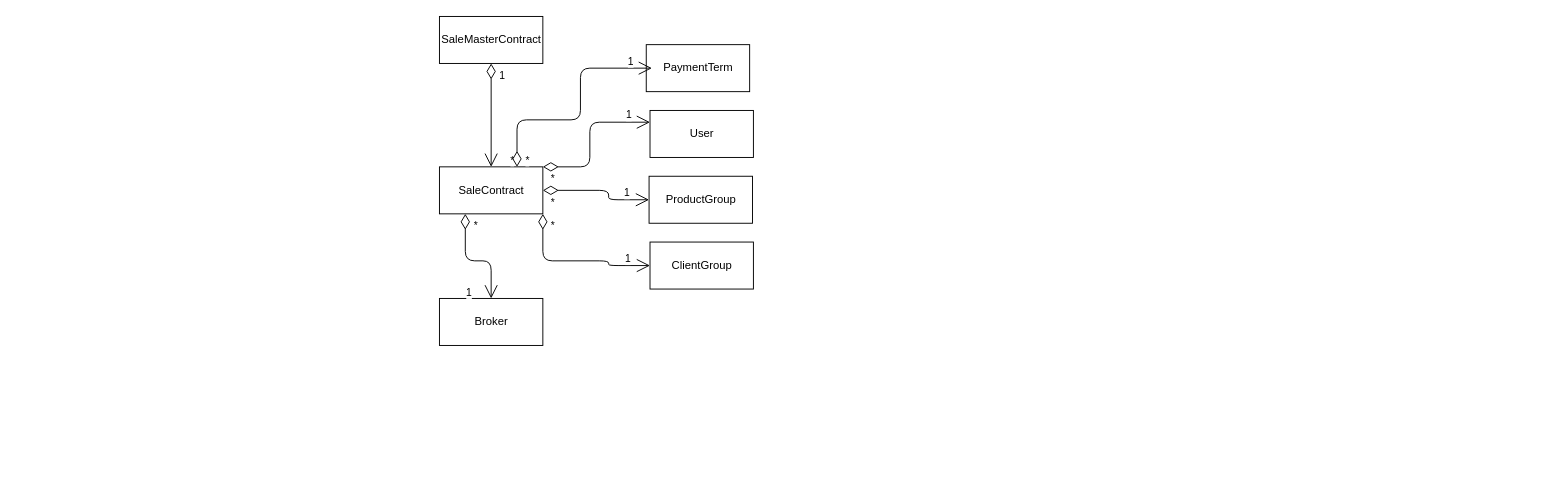
Above: SICLE.drawio in anlugifa/drawio (draw.io), before the change. Source tidied: cells renumbered, new cells numbered last; positions are measured from the earlier drawing's top-left corner, leaving out a move shared by most shapes. Both pictures are drawn from the tidied source at 94%, with x=0, y=0 at pixel (439, 16).
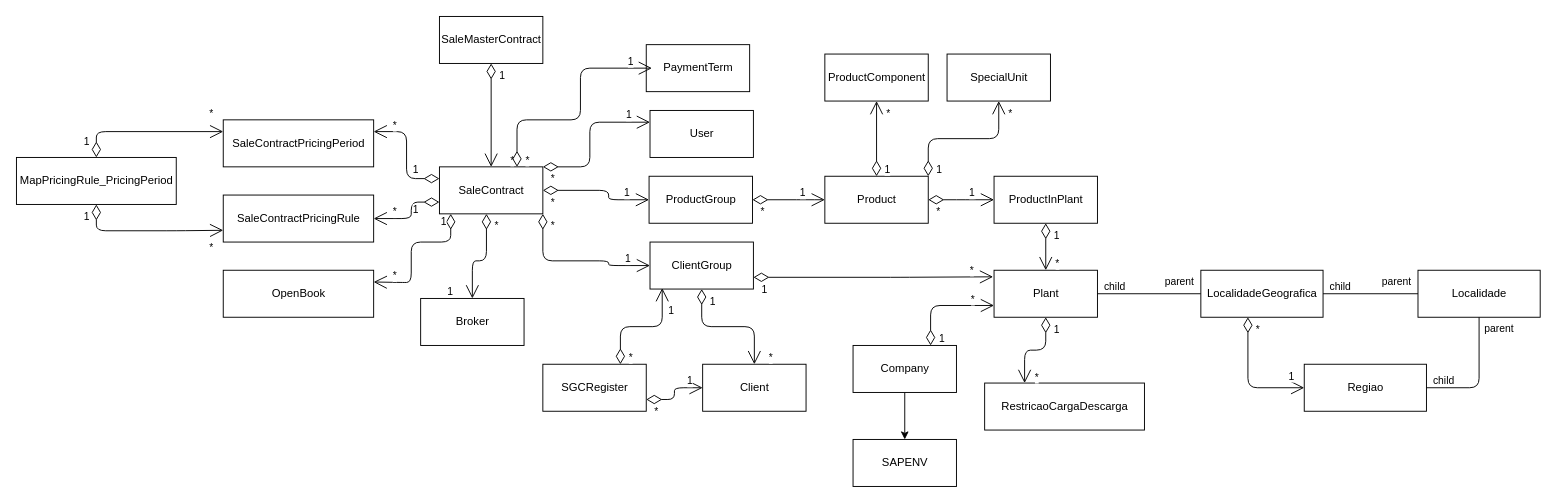
The same diagram, later.

The change refers to these unchanged cells:
```xml
<mxCell id="3" value="SaleContract" style="html=1;" parent="1" vertex="1">
  <mxGeometry y="160" width="110" height="50" as="geometry" />
</mxCell>
<mxCell id="15" value="ProductGroup" style="html=1;" parent="1" vertex="1">
  <mxGeometry x="223" y="170" width="110" height="50" as="geometry" />
</mxCell>
<mxCell id="19" value="ClientGroup" style="html=1;" parent="1" vertex="1">
  <mxGeometry x="224" y="240" width="110" height="50" as="geometry" />
</mxCell>
```

Change to the diagram source:
```diff
@@
     <mxCell id="23" value="Broker" style="html=1;" parent="1" vertex="1">
-      <mxGeometry y="300" width="110" height="50" as="geometry" />
+      <mxGeometry x="-20" y="300" width="110" height="50" as="geometry" />
     </mxCell>
-    <mxCell id="24" style="endArrow=open;html=1;endSize=12;startArrow=diamondThin;startSize=14;startFill=0;edgeStyle=orthogonalEdgeStyle;exitX=0.25;exitY=1;exitDx=0;exitDy=0;entryX=0.5;entryY=0;entryDx=0;entryDy=0;" parent="1" edge="1" source="3" target="23">
+    <mxCell id="24" style="endArrow=open;html=1;endSize=12;startArrow=diamondThin;startSize=14;startFill=0;edgeStyle=orthogonalEdgeStyle;entryX=0.5;entryY=0;entryDx=0;entryDy=0;" parent="1" edge="1" target="23">
       <mxGeometry relative="1" as="geometry">
+        <mxPoint x="50" y="210" as="sourcePoint" />
         <Array as="points">
-          <mxPoint x="28" y="260" />
+          <mxPoint x="50" y="210" />
+          <mxPoint x="50" y="260" />
           <mxPoint x="55" y="260" />
         </Array>
       </mxGeometry>
     </mxCell>
@@
+    <mxCell id="27" value="Product" style="html=1;" parent="1" vertex="1">
+      <mxGeometry x="410" y="170" width="110" height="50" as="geometry" />
+    </mxCell>
+    <mxCell id="28" style="endArrow=open;html=1;endSize=12;startArrow=diamondThin;startSize=14;startFill=0;edgeStyle=orthogonalEdgeStyle;exitX=1;exitY=0.5;exitDx=0;exitDy=0;entryX=0;entryY=0.5;entryDx=0;entryDy=0;" parent="1" edge="1" source="15" target="27">
+      <mxGeometry relative="1" as="geometry">
+        <Array as="points">
+          <mxPoint x="390" y="195" />
+          <mxPoint x="390" y="195" />
+        </Array>
+      </mxGeometry>
+    </mxCell>
+    <mxCell id="29" value="*" style="edgeLabel;html=1;align=left;verticalAlign=top;" parent="28" vertex="1">
+      <mxGeometry x="-1" relative="1" as="geometry">
+        <mxPoint x="7" as="offset" />
+      </mxGeometry>
+    </mxCell>
+    <mxCell id="30" value="1" style="edgeLabel;html=1;align=right;verticalAlign=top;" parent="28" vertex="1">
+      <mxGeometry x="1" relative="1" as="geometry">
+        <mxPoint x="-20" y="-20" as="offset" />
+      </mxGeometry>
+    </mxCell>
+    <mxCell id="31" value="ProductComponent" style="html=1;" parent="1" vertex="1">
+      <mxGeometry x="410" y="40" width="110" height="50" as="geometry" />
+    </mxCell>
+    <mxCell id="32" style="endArrow=open;html=1;endSize=12;startArrow=diamondThin;startSize=14;startFill=0;edgeStyle=orthogonalEdgeStyle;entryX=0.5;entryY=1;entryDx=0;entryDy=0;exitX=0.5;exitY=0;exitDx=0;exitDy=0;" parent="1" edge="1" source="27" target="31">
+      <mxGeometry relative="1" as="geometry" />
+    </mxCell>
+    <mxCell id="33" value="1" style="edgeLabel;html=1;align=left;verticalAlign=top;" parent="32" vertex="1">
+      <mxGeometry x="-1" relative="1" as="geometry">
+        <mxPoint x="7" y="-20" as="offset" />
+      </mxGeometry>
+    </mxCell>
+    <mxCell id="34" value="*" style="edgeLabel;html=1;align=right;verticalAlign=top;" parent="32" vertex="1">
+      <mxGeometry x="1" relative="1" as="geometry">
+        <mxPoint x="15" as="offset" />
+      </mxGeometry>
+    </mxCell>
+    <mxCell id="35" value="SpecialUnit" style="html=1;" parent="1" vertex="1">
+      <mxGeometry x="540" y="40" width="110" height="50" as="geometry" />
+    </mxCell>
+    <mxCell id="36" style="endArrow=open;html=1;endSize=12;startArrow=diamondThin;startSize=14;startFill=0;edgeStyle=orthogonalEdgeStyle;entryX=0.5;entryY=1;entryDx=0;entryDy=0;exitX=1;exitY=0;exitDx=0;exitDy=0;" parent="1" edge="1" source="27" target="35">
+      <mxGeometry relative="1" as="geometry" />
+    </mxCell>
+    <mxCell id="37" value="1" style="edgeLabel;html=1;align=left;verticalAlign=top;" parent="36" vertex="1">
+      <mxGeometry x="-1" relative="1" as="geometry">
+        <mxPoint x="7" y="-20" as="offset" />
+      </mxGeometry>
+    </mxCell>
+    <mxCell id="38" value="*" style="edgeLabel;html=1;align=right;verticalAlign=top;" parent="36" vertex="1">
+      <mxGeometry x="1" relative="1" as="geometry">
+        <mxPoint x="15" as="offset" />
+      </mxGeometry>
+    </mxCell>
+    <mxCell id="39" value="ProductInPlant" style="html=1;" parent="1" vertex="1">
+      <mxGeometry x="590" y="170" width="110" height="50" as="geometry" />
+    </mxCell>
+    <mxCell id="40" style="endArrow=open;html=1;endSize=12;startArrow=diamondThin;startSize=14;startFill=0;edgeStyle=orthogonalEdgeStyle;entryX=0;entryY=0.5;entryDx=0;entryDy=0;exitX=1;exitY=0.5;exitDx=0;exitDy=0;" parent="1" edge="1" source="27" target="39">
+      <mxGeometry relative="1" as="geometry">
+        <Array as="points">
+          <mxPoint x="560" y="195" />
+          <mxPoint x="560" y="195" />
+        </Array>
+      </mxGeometry>
+    </mxCell>
+    <mxCell id="41" value="*" style="edgeLabel;html=1;align=left;verticalAlign=top;" parent="40" vertex="1">
+      <mxGeometry x="-1" relative="1" as="geometry">
+        <mxPoint x="7" as="offset" />
+      </mxGeometry>
+    </mxCell>
+    <mxCell id="42" value="1" style="edgeLabel;html=1;align=right;verticalAlign=top;" parent="40" vertex="1">
+      <mxGeometry x="1" relative="1" as="geometry">
+        <mxPoint x="-20" y="-20" as="offset" />
+      </mxGeometry>
+    </mxCell>
+    <mxCell id="43" value="Plant" style="html=1;" parent="1" vertex="1">
+      <mxGeometry x="590" y="270" width="110" height="50" as="geometry" />
+    </mxCell>
+    <mxCell id="44" style="endArrow=open;html=1;endSize=12;startArrow=diamondThin;startSize=14;startFill=0;edgeStyle=orthogonalEdgeStyle;exitX=0.5;exitY=1;exitDx=0;exitDy=0;entryX=0.5;entryY=0;entryDx=0;entryDy=0;" parent="1" edge="1" source="39" target="43">
+      <mxGeometry relative="1" as="geometry" />
+    </mxCell>
+    <mxCell id="45" value="1" style="edgeLabel;html=1;align=left;verticalAlign=top;" parent="44" vertex="1">
+      <mxGeometry x="-1" relative="1" as="geometry">
+        <mxPoint x="7" as="offset" />
+      </mxGeometry>
+    </mxCell>
+    <mxCell id="46" value="*" style="edgeLabel;html=1;align=right;verticalAlign=top;" parent="44" vertex="1">
+      <mxGeometry x="1" relative="1" as="geometry">
+        <mxPoint x="15" y="-20" as="offset" />
+      </mxGeometry>
+    </mxCell>
+    <mxCell id="47" style="edgeStyle=orthogonalEdgeStyle;rounded=0;jettySize=auto;html=1;" parent="1" edge="1" source="48" target="59">
+      <mxGeometry relative="1" as="geometry" />
+    </mxCell>
+    <mxCell id="48" value="Company" style="html=1;" parent="1" vertex="1">
+      <mxGeometry x="440" y="350" width="110" height="50" as="geometry" />
+    </mxCell>
+    <mxCell id="49" style="endArrow=open;html=1;endSize=12;startArrow=diamondThin;startSize=14;startFill=0;edgeStyle=orthogonalEdgeStyle;exitX=0.75;exitY=0;exitDx=0;exitDy=0;entryX=0;entryY=0.75;entryDx=0;entryDy=0;" parent="1" edge="1" source="48" target="43">
+      <mxGeometry relative="1" as="geometry">
+        <Array as="points">
+          <mxPoint x="523" y="308" />
+        </Array>
+      </mxGeometry>
+    </mxCell>
+    <mxCell id="50" value="1" style="edgeLabel;html=1;align=left;verticalAlign=top;" parent="49" vertex="1">
+      <mxGeometry x="-1" relative="1" as="geometry">
+        <mxPoint x="7" y="-20" as="offset" />
+      </mxGeometry>
+    </mxCell>
+    <mxCell id="51" value="*" style="edgeLabel;html=1;align=right;verticalAlign=top;" parent="49" vertex="1">
+      <mxGeometry x="1" relative="1" as="geometry">
+        <mxPoint x="-20" y="-20" as="offset" />
+      </mxGeometry>
+    </mxCell>
+    <mxCell id="52" style="endArrow=open;html=1;endSize=12;startArrow=diamondThin;startSize=14;startFill=0;edgeStyle=orthogonalEdgeStyle;exitX=1;exitY=0.75;exitDx=0;exitDy=0;entryX=-0.009;entryY=0.14;entryDx=0;entryDy=0;entryPerimeter=0;" parent="1" edge="1" source="19" target="43">
+      <mxGeometry relative="1" as="geometry">
+        <Array as="points">
+          <mxPoint x="490" y="277" />
+        </Array>
+      </mxGeometry>
+    </mxCell>
+    <mxCell id="53" value="1" style="edgeLabel;html=1;align=left;verticalAlign=top;" parent="52" vertex="1">
+      <mxGeometry x="-1" relative="1" as="geometry">
+        <mxPoint x="7" as="offset" />
+      </mxGeometry>
+    </mxCell>
+    <mxCell id="54" value="*" style="edgeLabel;html=1;align=right;verticalAlign=top;" parent="52" vertex="1">
+      <mxGeometry x="1" relative="1" as="geometry">
+        <mxPoint x="-20" y="-20" as="offset" />
+      </mxGeometry>
+    </mxCell>
+    <mxCell id="55" value="Client" style="html=1;" parent="1" vertex="1">
+      <mxGeometry x="280" y="370" width="110" height="50" as="geometry" />
+    </mxCell>
+    <mxCell id="56" style="endArrow=open;html=1;endSize=12;startArrow=diamondThin;startSize=14;startFill=0;edgeStyle=orthogonalEdgeStyle;exitX=0.5;exitY=1;exitDx=0;exitDy=0;entryX=0.5;entryY=0;entryDx=0;entryDy=0;" parent="1" edge="1" source="19" target="55">
+      <mxGeometry relative="1" as="geometry" />
+    </mxCell>
+    <mxCell id="57" value="1" style="edgeLabel;html=1;align=left;verticalAlign=top;" parent="56" vertex="1">
+      <mxGeometry x="-1" relative="1" as="geometry">
+        <mxPoint x="7" as="offset" />
+      </mxGeometry>
+    </mxCell>
+    <mxCell id="58" value="*" style="edgeLabel;html=1;align=right;verticalAlign=top;" parent="56" vertex="1">
+      <mxGeometry x="1" relative="1" as="geometry">
+        <mxPoint x="20" y="-20" as="offset" />
+      </mxGeometry>
+    </mxCell>
+    <mxCell id="59" value="SAPENV" style="html=1;" parent="1" vertex="1">
+      <mxGeometry x="440" y="450" width="110" height="50" as="geometry" />
+    </mxCell>
+    <mxCell id="60" value="RestricaoCargaDescarga" style="html=1;" parent="1" vertex="1">
+      <mxGeometry x="580" y="390" width="170" height="50" as="geometry" />
+    </mxCell>
+    <mxCell id="61" style="endArrow=open;html=1;endSize=12;startArrow=diamondThin;startSize=14;startFill=0;edgeStyle=orthogonalEdgeStyle;exitX=0.5;exitY=1;exitDx=0;exitDy=0;entryX=0.25;entryY=0;entryDx=0;entryDy=0;" parent="1" edge="1" source="43" target="60">
+      <mxGeometry relative="1" as="geometry" />
+    </mxCell>
+    <mxCell id="62" value="1" style="edgeLabel;html=1;align=left;verticalAlign=top;" parent="61" vertex="1">
+      <mxGeometry x="-1" relative="1" as="geometry">
+        <mxPoint x="7" as="offset" />
+      </mxGeometry>
+    </mxCell>
+    <mxCell id="63" value="*" style="edgeLabel;html=1;align=right;verticalAlign=top;" parent="61" vertex="1">
+      <mxGeometry x="1" relative="1" as="geometry">
+        <mxPoint x="15" y="-20" as="offset" />
+      </mxGeometry>
+    </mxCell>
+    <mxCell id="64" style="endArrow=none;html=1;edgeStyle=orthogonalEdgeStyle;entryX=1;entryY=0.5;entryDx=0;entryDy=0;exitX=0;exitY=0.5;exitDx=0;exitDy=0;" parent="1" edge="1" source="67" target="43">
+      <mxGeometry relative="1" as="geometry" />
+    </mxCell>
+    <mxCell id="65" value="parent" style="edgeLabel;html=1;align=left;verticalAlign=bottom;" parent="64" vertex="1">
+      <mxGeometry x="-1" relative="1" as="geometry">
+        <mxPoint x="-40" y="-5" as="offset" />
+      </mxGeometry>
+    </mxCell>
+    <mxCell id="66" value="child" style="edgeLabel;html=1;align=right;verticalAlign=bottom;" parent="64" vertex="1">
+      <mxGeometry x="1" relative="1" as="geometry">
+        <mxPoint x="30" as="offset" />
+      </mxGeometry>
+    </mxCell>
+    <mxCell id="67" value="LocalidadeGeografica" style="html=1;" parent="1" vertex="1">
+      <mxGeometry x="810" y="270" width="130" height="50" as="geometry" />
+    </mxCell>
+    <mxCell id="68" value="Localidade" style="html=1;" parent="1" vertex="1">
+      <mxGeometry x="1041" y="270" width="130" height="50" as="geometry" />
+    </mxCell>
+    <mxCell id="69" style="endArrow=none;html=1;edgeStyle=orthogonalEdgeStyle;entryX=1;entryY=0.5;entryDx=0;entryDy=0;exitX=0;exitY=0.5;exitDx=0;exitDy=0;" parent="1" edge="1" source="68" target="67">
+      <mxGeometry relative="1" as="geometry" />
+    </mxCell>
+    <mxCell id="70" value="parent" style="edgeLabel;html=1;align=left;verticalAlign=bottom;" parent="69" vertex="1">
+      <mxGeometry x="-1" relative="1" as="geometry">
+        <mxPoint x="-40" y="-5" as="offset" />
+      </mxGeometry>
+    </mxCell>
+    <mxCell id="71" value="child" style="edgeLabel;html=1;align=right;verticalAlign=bottom;" parent="69" vertex="1">
+      <mxGeometry x="1" relative="1" as="geometry">
+        <mxPoint x="30" as="offset" />
+      </mxGeometry>
+    </mxCell>
+    <mxCell id="72" value="Regiao" style="html=1;" parent="1" vertex="1">
+      <mxGeometry x="920" y="370" width="130" height="50" as="geometry" />
+    </mxCell>
+    <mxCell id="73" style="endArrow=none;html=1;edgeStyle=orthogonalEdgeStyle;entryX=1;entryY=0.5;entryDx=0;entryDy=0;exitX=0.5;exitY=1;exitDx=0;exitDy=0;" parent="1" edge="1" source="68" target="72">
+      <mxGeometry relative="1" as="geometry" />
+    </mxCell>
+    <mxCell id="74" value="parent" style="edgeLabel;html=1;align=left;verticalAlign=bottom;" parent="73" vertex="1">
+      <mxGeometry x="-1" relative="1" as="geometry">
+        <mxPoint x="4" y="20" as="offset" />
+      </mxGeometry>
+    </mxCell>
+    <mxCell id="75" value="child" style="edgeLabel;html=1;align=right;verticalAlign=bottom;" parent="73" vertex="1">
+      <mxGeometry x="1" relative="1" as="geometry">
+        <mxPoint x="30" as="offset" />
+      </mxGeometry>
+    </mxCell>
+    <mxCell id="76" style="endArrow=open;html=1;endSize=12;startArrow=diamondThin;startSize=14;startFill=0;edgeStyle=orthogonalEdgeStyle;exitX=0.385;exitY=1;exitDx=0;exitDy=0;entryX=0;entryY=0.5;entryDx=0;entryDy=0;exitPerimeter=0;" parent="1" edge="1" source="67" target="72">
+      <mxGeometry relative="1" as="geometry" />
+    </mxCell>
+    <mxCell id="77" value="*" style="edgeLabel;html=1;align=left;verticalAlign=top;" parent="76" vertex="1">
+      <mxGeometry x="-1" relative="1" as="geometry">
+        <mxPoint x="7" as="offset" />
+      </mxGeometry>
+    </mxCell>
+    <mxCell id="78" value="1" style="edgeLabel;html=1;align=right;verticalAlign=top;" parent="76" vertex="1">
+      <mxGeometry x="1" relative="1" as="geometry">
+        <mxPoint x="-10.1" y="-25" as="offset" />
+      </mxGeometry>
+    </mxCell>
+    <mxCell id="79" value="SaleContractPricingPeriod" style="html=1;" parent="1" vertex="1">
+      <mxGeometry x="-230" y="110" width="160" height="50" as="geometry" />
+    </mxCell>
+    <mxCell id="80" style="endArrow=open;html=1;endSize=12;startArrow=diamondThin;startSize=14;startFill=0;edgeStyle=orthogonalEdgeStyle;exitX=0;exitY=0.25;exitDx=0;exitDy=0;entryX=1;entryY=0.25;entryDx=0;entryDy=0;" parent="1" edge="1" source="3" target="79">
+      <mxGeometry relative="1" as="geometry" />
+    </mxCell>
+    <mxCell id="81" value="1" style="edgeLabel;html=1;align=left;verticalAlign=top;" parent="80" vertex="1">
+      <mxGeometry x="-1" relative="1" as="geometry">
+        <mxPoint x="-30" y="-22.5" as="offset" />
+      </mxGeometry>
+    </mxCell>
+    <mxCell id="82" value="*" style="edgeLabel;html=1;align=right;verticalAlign=top;" parent="80" vertex="1">
+      <mxGeometry x="1" relative="1" as="geometry">
+        <mxPoint x="25" y="-20" as="offset" />
+      </mxGeometry>
+    </mxCell>
+    <mxCell id="83" value="SaleContractPricingRule" style="html=1;" parent="1" vertex="1">
+      <mxGeometry x="-230" y="190" width="160" height="50" as="geometry" />
+    </mxCell>
+    <mxCell id="84" style="endArrow=open;html=1;endSize=12;startArrow=diamondThin;startSize=14;startFill=0;edgeStyle=orthogonalEdgeStyle;exitX=0;exitY=0.75;exitDx=0;exitDy=0;entryX=1;entryY=0.5;entryDx=0;entryDy=0;" parent="1" edge="1" source="3" target="83">
+      <mxGeometry relative="1" as="geometry">
+        <Array as="points">
+          <mxPoint x="-30" y="198" />
+          <mxPoint x="-30" y="215" />
+        </Array>
+      </mxGeometry>
+    </mxCell>
+    <mxCell id="85" value="1" style="edgeLabel;html=1;align=left;verticalAlign=top;" parent="84" vertex="1">
+      <mxGeometry x="-1" relative="1" as="geometry">
+        <mxPoint x="-30" y="-5" as="offset" />
+      </mxGeometry>
+    </mxCell>
+    <mxCell id="86" value="*" style="edgeLabel;html=1;align=right;verticalAlign=top;" parent="84" vertex="1">
+      <mxGeometry x="1" relative="1" as="geometry">
+        <mxPoint x="25" y="-20" as="offset" />
+      </mxGeometry>
+    </mxCell>
+    <mxCell id="87" value="OpenBook" style="html=1;" parent="1" vertex="1">
+      <mxGeometry x="-230" y="270" width="160" height="50" as="geometry" />
+    </mxCell>
+    <mxCell id="88" style="endArrow=open;html=1;endSize=12;startArrow=diamondThin;startSize=14;startFill=0;edgeStyle=orthogonalEdgeStyle;entryX=1;entryY=0.25;entryDx=0;entryDy=0;" parent="1" edge="1" target="87">
+      <mxGeometry relative="1" as="geometry">
+        <mxPoint x="12" y="210" as="sourcePoint" />
+        <Array as="points">
+          <mxPoint x="12" y="240" />
+          <mxPoint x="-30" y="240" />
+          <mxPoint x="-30" y="283" />
+          <mxPoint x="-40" y="283" />
+        </Array>
+      </mxGeometry>
+    </mxCell>
+    <mxCell id="89" value="1" style="edgeLabel;html=1;align=left;verticalAlign=top;" parent="88" vertex="1">
+      <mxGeometry x="-1" relative="1" as="geometry">
+        <mxPoint x="-12" y="-5" as="offset" />
+      </mxGeometry>
+    </mxCell>
+    <mxCell id="90" value="*" style="edgeLabel;html=1;align=right;verticalAlign=top;" parent="88" vertex="1">
+      <mxGeometry x="1" relative="1" as="geometry">
+        <mxPoint x="25" y="-20" as="offset" />
+      </mxGeometry>
+    </mxCell>
+    <mxCell id="91" value="MapPricingRule_PricingPeriod" style="html=1;" parent="1" vertex="1">
+      <mxGeometry x="-450" y="150" width="170" height="50" as="geometry" />
+    </mxCell>
+    <mxCell id="92" style="endArrow=open;html=1;endSize=12;startArrow=diamondThin;startSize=14;startFill=0;edgeStyle=orthogonalEdgeStyle;exitX=0.5;exitY=0;exitDx=0;exitDy=0;entryX=0;entryY=0.25;entryDx=0;entryDy=0;" parent="1" edge="1" source="91" target="79">
+      <mxGeometry relative="1" as="geometry" />
+    </mxCell>
+    <mxCell id="93" value="1" style="edgeLabel;html=1;align=left;verticalAlign=top;" parent="92" vertex="1">
+      <mxGeometry x="-1" relative="1" as="geometry">
+        <mxPoint x="-15" y="-30" as="offset" />
+      </mxGeometry>
+    </mxCell>
+    <mxCell id="94" value="*" style="edgeLabel;html=1;align=right;verticalAlign=top;" parent="92" vertex="1">
+      <mxGeometry x="1" relative="1" as="geometry">
+        <mxPoint x="-10.5" y="-32.5" as="offset" />
+      </mxGeometry>
+    </mxCell>
+    <mxCell id="95" style="endArrow=open;html=1;endSize=12;startArrow=diamondThin;startSize=14;startFill=0;edgeStyle=orthogonalEdgeStyle;exitX=0.5;exitY=1;exitDx=0;exitDy=0;entryX=0;entryY=0.75;entryDx=0;entryDy=0;" parent="1" edge="1" source="91" target="83">
+      <mxGeometry relative="1" as="geometry">
+        <Array as="points">
+          <mxPoint x="-365" y="228" />
+          <mxPoint x="-280" y="228" />
+        </Array>
+      </mxGeometry>
+    </mxCell>
+    <mxCell id="96" value="1" style="edgeLabel;html=1;align=left;verticalAlign=top;" parent="95" vertex="1">
+      <mxGeometry x="-1" relative="1" as="geometry">
+        <mxPoint x="-15" as="offset" />
+      </mxGeometry>
+    </mxCell>
+    <mxCell id="97" value="*" style="edgeLabel;html=1;align=right;verticalAlign=top;" parent="95" vertex="1">
+      <mxGeometry x="1" relative="1" as="geometry">
+        <mxPoint x="-10" y="5" as="offset" />
+      </mxGeometry>
+    </mxCell>
+    <mxCell id="98" value="SGCRegister" style="html=1;" parent="1" vertex="1">
+      <mxGeometry x="110" y="370" width="110" height="50" as="geometry" />
+    </mxCell>
+    <mxCell id="99" style="endArrow=open;html=1;endSize=12;startArrow=diamondThin;startSize=14;startFill=0;edgeStyle=orthogonalEdgeStyle;exitX=1;exitY=0.75;exitDx=0;exitDy=0;entryX=0;entryY=0.5;entryDx=0;entryDy=0;" parent="1" edge="1" source="98" target="55">
+      <mxGeometry relative="1" as="geometry">
+        <Array as="points">
+          <mxPoint x="250" y="408" />
+          <mxPoint x="250" y="395" />
+        </Array>
+      </mxGeometry>
+    </mxCell>
+    <mxCell id="100" value="*" style="edgeLabel;html=1;align=left;verticalAlign=top;" parent="99" vertex="1">
+      <mxGeometry x="-1" relative="1" as="geometry">
+        <mxPoint x="7" as="offset" />
+      </mxGeometry>
+    </mxCell>
+    <mxCell id="101" value="1" style="edgeLabel;html=1;align=right;verticalAlign=top;" parent="99" vertex="1">
+      <mxGeometry x="1" relative="1" as="geometry">
+        <mxPoint x="-10.5" y="-20" as="offset" />
+      </mxGeometry>
+    </mxCell>
+    <mxCell id="102" style="endArrow=open;html=1;endSize=12;startArrow=diamondThin;startSize=14;startFill=0;edgeStyle=orthogonalEdgeStyle;exitX=0.75;exitY=0;exitDx=0;exitDy=0;entryX=0.118;entryY=0.98;entryDx=0;entryDy=0;entryPerimeter=0;" parent="1" edge="1" source="98" target="19">
+      <mxGeometry relative="1" as="geometry">
+        <Array as="points">
+          <mxPoint x="193" y="330" />
+          <mxPoint x="237" y="330" />
+        </Array>
+      </mxGeometry>
+    </mxCell>
+    <mxCell id="103" value="*" style="edgeLabel;html=1;align=left;verticalAlign=top;" parent="102" vertex="1">
+      <mxGeometry x="-1" relative="1" as="geometry">
+        <mxPoint x="7" y="-20" as="offset" />
+      </mxGeometry>
+    </mxCell>
+    <mxCell id="104" value="1" style="edgeLabel;html=1;align=right;verticalAlign=top;" parent="102" vertex="1">
+      <mxGeometry x="1" relative="1" as="geometry">
+        <mxPoint x="13" y="11.5" as="offset" />
+      </mxGeometry>
+    </mxCell>
```
